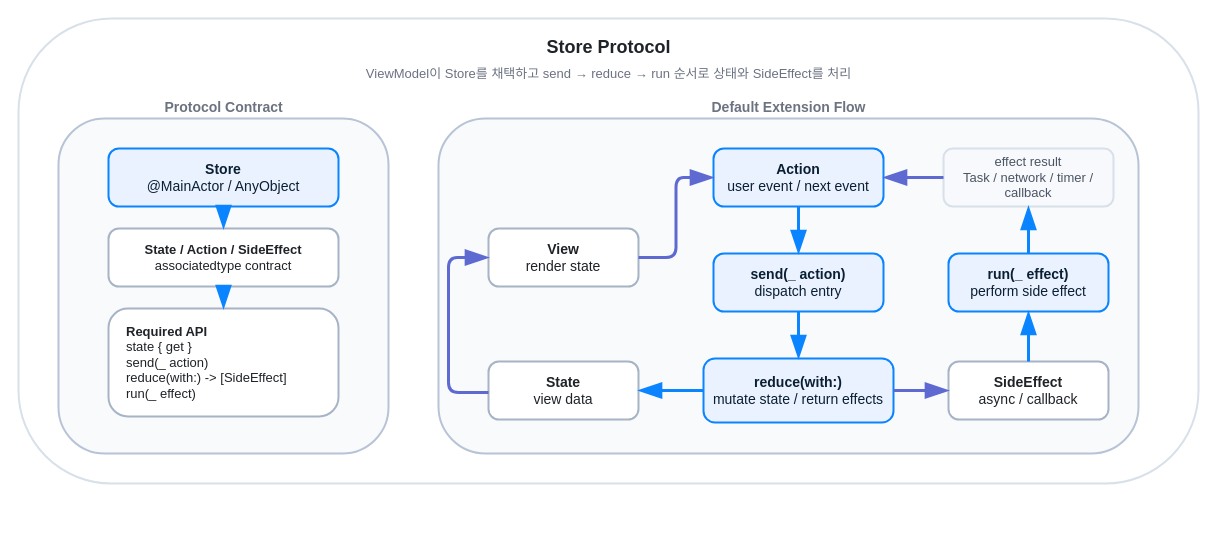
This is page "Store Protocol" (1 of 7) of docs/DevLog.drawio from opficdev/DevLog_iOS, a draw.io file, before an edit. Source tidied: cells renumbered, new cells numbered last; positions are measured from the earlier drawing's top-left corner, leaving out a move shared by most shapes. Both pictures are drawn from the tidied source at 100%, with x=0, y=0 at pixel (18, 18).
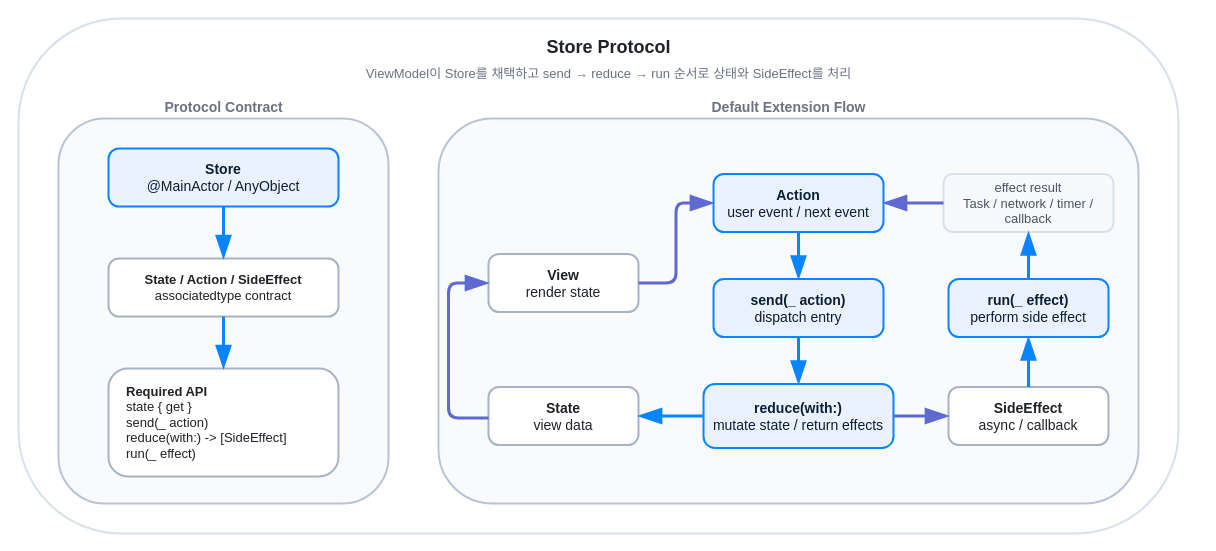
Above is the later version.

The change refers to these unchanged cells:
```xml
<mxCell id="9" value="&lt;b&gt;Store&lt;/b&gt;&lt;br&gt;&lt;span style=&quot;font-weight: normal;&quot;&gt;@MainActor / AnyObject&lt;/span&gt;" style="rounded=1;arcSize=18;whiteSpace=wrap;html=1;fillColor=#EAF2FF;strokeColor=#0A84FF;strokeWidth=2;fontColor=#0B1F33;fontSize=14;align=center;" parent="1" vertex="1">
  <mxGeometry x="90" y="130" width="230" height="58" as="geometry" />
</mxCell>
```

The edit, as a diff of the source:
```diff
@@
     <mxCell id="2" style="rounded=1;arcSize=20;whiteSpace=wrap;html=1;fillColor=#FFFFFF;strokeColor=#D8E0EA;strokeWidth=2;align=center;" parent="1" vertex="1">
-      <mxGeometry width="1180" height="465" as="geometry" />
+      <mxGeometry width="1160" height="515" as="geometry" />
     </mxCell>
@@
     <mxCell id="5" style="rounded=1;arcSize=14;whiteSpace=wrap;html=1;fillColor=#F8FAFC;strokeColor=#B8C4D6;strokeWidth=2;" parent="1" vertex="1">
-      <mxGeometry x="40" y="100" width="330" height="335" as="geometry" />
+      <mxGeometry x="40" y="100" width="330" height="385" as="geometry" />
     </mxCell>
@@
     <mxCell id="7" style="rounded=1;arcSize=14;whiteSpace=wrap;html=1;fillColor=#F8FAFC;strokeColor=#B8C4D6;strokeWidth=2;" parent="1" vertex="1">
-      <mxGeometry x="420" y="100" width="700" height="335" as="geometry" />
+      <mxGeometry x="420" y="100" width="700" height="385" as="geometry" />
     </mxCell>
@@
     <mxCell id="10" value="&lt;b&gt;State / Action / SideEffect&lt;/b&gt;&lt;br&gt;&lt;span style=&quot;font-weight: normal;&quot;&gt;associatedtype contract&lt;/span&gt;" style="rounded=1;arcSize=18;whiteSpace=wrap;html=1;fillColor=#FFFFFF;strokeColor=#A7B4C6;strokeWidth=2;fontColor=#1F2328;fontSize=13;align=center;" parent="1" vertex="1">
-      <mxGeometry x="90" y="210" width="230" height="58" as="geometry" />
+      <mxGeometry x="90" y="240" width="230" height="58" as="geometry" />
     </mxCell>
     <mxCell id="11" value="&lt;b&gt;Required API&lt;/b&gt;&lt;br&gt;&lt;span style=&quot;font-weight: normal;&quot;&gt;state { get }&lt;br&gt;send(_ action)&lt;br&gt;reduce(with:) -&amp;gt; [SideEffect]&lt;br&gt;run(_ effect)&lt;/span&gt;" style="rounded=1;arcSize=18;whiteSpace=wrap;html=1;fillColor=#FFFFFF;strokeColor=#A7B4C6;strokeWidth=2;fontColor=#1F2328;fontSize=13;align=left;spacingLeft=16;" parent="1" vertex="1">
-      <mxGeometry x="90" y="290" width="230" height="108" as="geometry" />
+      <mxGeometry x="90" y="350" width="230" height="108" as="geometry" />
     </mxCell>
+    <mxCell id="20" style="endArrow=blockThin;endFill=1;endSize=16;html=1;rounded=1;strokeColor=#0A84FF;strokeWidth=3;align=center;" parent="1" edge="1" source="9" target="10">
+      <mxGeometry relative="1" as="geometry" />
+    </mxCell>
+    <mxCell id="21" style="endArrow=blockThin;endFill=1;endSize=16;html=1;rounded=1;strokeColor=#0A84FF;strokeWidth=3;align=center;" parent="1" edge="1" source="10" target="11">
+      <mxGeometry relative="1" as="geometry" />
+    </mxCell>
+    <mxCell id="31" style="group;" parent="1" vertex="1">
+      <mxGeometry x="430" y="155.5" width="665" height="274" as="geometry" />
+    </mxCell>
-    <mxCell id="12" value="&lt;b&gt;View&lt;/b&gt;&lt;br&gt;&lt;span style=&quot;font-weight: normal;&quot;&gt;render state&lt;/span&gt;" style="rounded=1;arcSize=18;whiteSpace=wrap;html=1;fillColor=#FFFFFF;strokeColor=#A7B4C6;strokeWidth=2;fontColor=#1F2328;fontSize=14;align=center;" parent="1" vertex="1">
-      <mxGeometry x="470" y="210" width="150" height="58" as="geometry" />
+    <mxCell id="12" value="&lt;b&gt;View&lt;/b&gt;&lt;br&gt;&lt;span style=&quot;font-weight: normal;&quot;&gt;render state&lt;/span&gt;" style="rounded=1;arcSize=18;whiteSpace=wrap;html=1;fillColor=#FFFFFF;strokeColor=#A7B4C6;strokeWidth=2;fontColor=#1F2328;fontSize=14;align=center;" parent="31" vertex="1">
+      <mxGeometry x="40" y="80" width="150" height="58" as="geometry" />
     </mxCell>
-    <mxCell id="13" value="&lt;b&gt;Action&lt;/b&gt;&lt;br&gt;&lt;span style=&quot;font-weight: normal;&quot;&gt;user event / next event&lt;/span&gt;" style="rounded=1;arcSize=18;whiteSpace=wrap;html=1;fillColor=#EAF2FF;strokeColor=#0A84FF;strokeWidth=2;fontColor=#0B1F33;fontSize=14;align=center;" parent="1" vertex="1">
-      <mxGeometry x="695" y="130" width="170" height="58" as="geometry" />
+    <mxCell id="13" value="&lt;b&gt;Action&lt;/b&gt;&lt;br&gt;&lt;span style=&quot;font-weight: normal;&quot;&gt;user event / next event&lt;/span&gt;" style="rounded=1;arcSize=18;whiteSpace=wrap;html=1;fillColor=#EAF2FF;strokeColor=#0A84FF;strokeWidth=2;fontColor=#0B1F33;fontSize=14;align=center;" parent="31" vertex="1">
+      <mxGeometry x="265" width="170" height="58" as="geometry" />
     </mxCell>
-    <mxCell id="14" value="&lt;b&gt;send(_ action)&lt;/b&gt;&lt;br&gt;&lt;span style=&quot;font-weight: normal;&quot;&gt;dispatch entry&lt;/span&gt;" style="rounded=1;arcSize=18;whiteSpace=wrap;html=1;fillColor=#EAF2FF;strokeColor=#0A84FF;strokeWidth=2;fontColor=#0B1F33;fontSize=14;align=center;" parent="1" vertex="1">
-      <mxGeometry x="695" y="235" width="170" height="58" as="geometry" />
+    <mxCell id="14" value="&lt;b&gt;send(_ action)&lt;/b&gt;&lt;br&gt;&lt;span style=&quot;font-weight: normal;&quot;&gt;dispatch entry&lt;/span&gt;" style="rounded=1;arcSize=18;whiteSpace=wrap;html=1;fillColor=#EAF2FF;strokeColor=#0A84FF;strokeWidth=2;fontColor=#0B1F33;fontSize=14;align=center;" parent="31" vertex="1">
+      <mxGeometry x="265" y="105" width="170" height="58" as="geometry" />
     </mxCell>
-    <mxCell id="15" value="&lt;b&gt;reduce(with:)&lt;/b&gt;&lt;br&gt;&lt;span style=&quot;font-weight: normal;&quot;&gt;mutate state / return effects&lt;/span&gt;" style="rounded=1;arcSize=18;whiteSpace=wrap;html=1;fillColor=#EAF2FF;strokeColor=#0A84FF;strokeWidth=2;fontColor=#0B1F33;fontSize=14;align=center;" parent="1" vertex="1">
-      <mxGeometry x="685" y="340" width="190" height="64" as="geometry" />
+    <mxCell id="15" value="&lt;b&gt;reduce(with:)&lt;/b&gt;&lt;br&gt;&lt;span style=&quot;font-weight: normal;&quot;&gt;mutate state / return effects&lt;/span&gt;" style="rounded=1;arcSize=18;whiteSpace=wrap;html=1;fillColor=#EAF2FF;strokeColor=#0A84FF;strokeWidth=2;fontColor=#0B1F33;fontSize=14;align=center;" parent="31" vertex="1">
+      <mxGeometry x="255" y="210" width="190" height="64" as="geometry" />
     </mxCell>
-    <mxCell id="16" value="&lt;b&gt;State&lt;/b&gt;&lt;br&gt;&lt;span style=&quot;font-weight: normal;&quot;&gt;view data&lt;/span&gt;" style="rounded=1;arcSize=18;whiteSpace=wrap;html=1;fillColor=#FFFFFF;strokeColor=#A7B4C6;strokeWidth=2;fontColor=#1F2328;fontSize=14;align=center;" parent="1" vertex="1">
-      <mxGeometry x="470" y="343" width="150" height="58" as="geometry" />
+    <mxCell id="16" value="&lt;b&gt;State&lt;/b&gt;&lt;br&gt;&lt;span style=&quot;font-weight: normal;&quot;&gt;view data&lt;/span&gt;" style="rounded=1;arcSize=18;whiteSpace=wrap;html=1;fillColor=#FFFFFF;strokeColor=#A7B4C6;strokeWidth=2;fontColor=#1F2328;fontSize=14;align=center;" parent="31" vertex="1">
+      <mxGeometry x="40" y="213" width="150" height="58" as="geometry" />
     </mxCell>
-    <mxCell id="17" value="&lt;b&gt;SideEffect&lt;/b&gt;&lt;br&gt;&lt;span style=&quot;font-weight: normal;&quot;&gt;async / callback&lt;/span&gt;" style="rounded=1;arcSize=18;whiteSpace=wrap;html=1;fillColor=#FFFFFF;strokeColor=#A7B4C6;strokeWidth=2;fontColor=#1F2328;fontSize=14;align=center;" parent="1" vertex="1">
-      <mxGeometry x="930" y="343" width="160" height="58" as="geometry" />
+    <mxCell id="17" value="&lt;b&gt;SideEffect&lt;/b&gt;&lt;br&gt;&lt;span style=&quot;font-weight: normal;&quot;&gt;async / callback&lt;/span&gt;" style="rounded=1;arcSize=18;whiteSpace=wrap;html=1;fillColor=#FFFFFF;strokeColor=#A7B4C6;strokeWidth=2;fontColor=#1F2328;fontSize=14;align=center;" parent="31" vertex="1">
+      <mxGeometry x="500" y="213" width="160" height="58" as="geometry" />
     </mxCell>
-    <mxCell id="18" value="&lt;b&gt;run(_ effect)&lt;/b&gt;&lt;br&gt;&lt;span style=&quot;font-weight: normal;&quot;&gt;perform side effect&lt;/span&gt;" style="rounded=1;arcSize=18;whiteSpace=wrap;html=1;fillColor=#EAF2FF;strokeColor=#0A84FF;strokeWidth=2;fontColor=#0B1F33;fontSize=14;align=center;" parent="1" vertex="1">
-      <mxGeometry x="930" y="235" width="160" height="58" as="geometry" />
+    <mxCell id="18" value="&lt;b&gt;run(_ effect)&lt;/b&gt;&lt;br&gt;&lt;span style=&quot;font-weight: normal;&quot;&gt;perform side effect&lt;/span&gt;" style="rounded=1;arcSize=18;whiteSpace=wrap;html=1;fillColor=#EAF2FF;strokeColor=#0A84FF;strokeWidth=2;fontColor=#0B1F33;fontSize=14;align=center;" parent="31" vertex="1">
+      <mxGeometry x="500" y="105" width="160" height="58" as="geometry" />
     </mxCell>
-    <mxCell id="19" value="effect result&lt;br&gt;Task / network / timer / callback" style="rounded=1;arcSize=16;whiteSpace=wrap;html=1;fillColor=#F7F9FC;strokeColor=#D8E0EA;strokeWidth=2;fontColor=#4B5563;fontSize=13;fontStyle=0;align=center;" parent="1" vertex="1">
-      <mxGeometry x="925" y="130" width="170" height="58" as="geometry" />
+    <mxCell id="19" value="effect result&lt;br&gt;Task / network / timer / callback" style="rounded=1;arcSize=16;whiteSpace=wrap;html=1;fillColor=#F7F9FC;strokeColor=#D8E0EA;strokeWidth=2;fontColor=#4B5563;fontSize=13;fontStyle=0;align=center;" parent="31" vertex="1">
+      <mxGeometry x="495" width="170" height="58" as="geometry" />
     </mxCell>
-    <mxCell id="20" style="endArrow=blockThin;endFill=1;endSize=16;html=1;rounded=1;strokeColor=#0A84FF;strokeWidth=3;align=center;" parent="1" edge="1" source="9" target="10">
-      <mxGeometry relative="1" as="geometry" />
-    </mxCell>
-    <mxCell id="21" style="endArrow=blockThin;endFill=1;endSize=16;html=1;rounded=1;strokeColor=#0A84FF;strokeWidth=3;align=center;" parent="1" edge="1" source="10" target="11">
-      <mxGeometry relative="1" as="geometry" />
-    </mxCell>
-    <mxCell id="22" style="endArrow=blockThin;endFill=1;endSize=16;html=1;rounded=1;strokeColor=#5E6AD2;strokeWidth=3;align=center;edgeStyle=orthogonalEdgeStyle;entryX=0;entryY=0.5;entryDx=0;entryDy=0;" parent="1" edge="1" source="12" target="13">
+    <mxCell id="22" style="endArrow=blockThin;endFill=1;endSize=16;html=1;rounded=1;strokeColor=#5E6AD2;strokeWidth=3;align=center;edgeStyle=orthogonalEdgeStyle;entryX=0;entryY=0.5;entryDx=0;entryDy=0;" parent="31" edge="1" source="12" target="13">
       <mxGeometry relative="1" as="geometry" />
     </mxCell>
-    <mxCell id="23" style="endArrow=blockThin;endFill=1;endSize=16;html=1;rounded=1;strokeColor=#0A84FF;strokeWidth=3;align=center;" parent="1" edge="1" source="13" target="14">
+    <mxCell id="23" style="endArrow=blockThin;endFill=1;endSize=16;html=1;rounded=1;strokeColor=#0A84FF;strokeWidth=3;align=center;" parent="31" edge="1" source="13" target="14">
       <mxGeometry relative="1" as="geometry" />
     </mxCell>
-    <mxCell id="24" style="endArrow=blockThin;endFill=1;endSize=16;html=1;rounded=1;strokeColor=#0A84FF;strokeWidth=3;align=center;" parent="1" edge="1" source="14" target="15">
+    <mxCell id="24" style="endArrow=blockThin;endFill=1;endSize=16;html=1;rounded=1;strokeColor=#0A84FF;strokeWidth=3;align=center;" parent="31" edge="1" source="14" target="15">
       <mxGeometry relative="1" as="geometry" />
     </mxCell>
-    <mxCell id="25" style="endArrow=blockThin;endFill=1;endSize=16;html=1;rounded=1;strokeColor=#0A84FF;strokeWidth=3;align=center;edgeStyle=orthogonalEdgeStyle;" parent="1" edge="1" source="15" target="16">
+    <mxCell id="25" style="endArrow=blockThin;endFill=1;endSize=16;html=1;rounded=1;strokeColor=#0A84FF;strokeWidth=3;align=center;edgeStyle=orthogonalEdgeStyle;" parent="31" edge="1" source="15" target="16">
       <mxGeometry relative="1" as="geometry" />
     </mxCell>
-    <mxCell id="26" style="endArrow=blockThin;endFill=1;endSize=16;html=1;rounded=1;strokeColor=#5E6AD2;strokeWidth=3;align=center;edgeStyle=orthogonalEdgeStyle;" parent="1" edge="1" source="16" target="12">
+    <mxCell id="26" style="endArrow=blockThin;endFill=1;endSize=16;html=1;rounded=1;strokeColor=#5E6AD2;strokeWidth=3;align=center;edgeStyle=orthogonalEdgeStyle;" parent="31" edge="1" source="16" target="12">
       <mxGeometry relative="1" as="geometry">
         <Array as="points">
-          <mxPoint x="430" y="374" />
-          <mxPoint x="430" y="239" />
+          <mxPoint y="244" />
+          <mxPoint y="109" />
         </Array>
       </mxGeometry>
     </mxCell>
-    <mxCell id="27" style="endArrow=blockThin;endFill=1;endSize=16;html=1;rounded=1;strokeColor=#5E6AD2;strokeWidth=3;align=center;" parent="1" edge="1" source="15" target="17">
+    <mxCell id="27" style="endArrow=blockThin;endFill=1;endSize=16;html=1;rounded=1;strokeColor=#5E6AD2;strokeWidth=3;align=center;" parent="31" edge="1" source="15" target="17">
       <mxGeometry relative="1" as="geometry" />
     </mxCell>
-    <mxCell id="28" style="endArrow=blockThin;endFill=1;endSize=16;html=1;rounded=1;strokeColor=#0A84FF;strokeWidth=3;align=center;" parent="1" edge="1" source="17" target="18">
+    <mxCell id="28" style="endArrow=blockThin;endFill=1;endSize=16;html=1;rounded=1;strokeColor=#0A84FF;strokeWidth=3;align=center;" parent="31" edge="1" source="17" target="18">
       <mxGeometry relative="1" as="geometry" />
     </mxCell>
-    <mxCell id="29" style="endArrow=blockThin;endFill=1;endSize=16;html=1;rounded=1;strokeColor=#0A84FF;strokeWidth=3;align=center;" parent="1" edge="1" source="18" target="19">
+    <mxCell id="29" style="endArrow=blockThin;endFill=1;endSize=16;html=1;rounded=1;strokeColor=#0A84FF;strokeWidth=3;align=center;" parent="31" edge="1" source="18" target="19">
       <mxGeometry relative="1" as="geometry" />
     </mxCell>
-    <mxCell id="30" style="endArrow=blockThin;endFill=1;endSize=16;html=1;rounded=1;strokeColor=#5E6AD2;strokeWidth=3;align=center;edgeStyle=orthogonalEdgeStyle;" parent="1" edge="1" source="19" target="13">
+    <mxCell id="30" style="endArrow=blockThin;endFill=1;endSize=16;html=1;rounded=1;strokeColor=#5E6AD2;strokeWidth=3;align=center;edgeStyle=orthogonalEdgeStyle;" parent="31" edge="1" source="19" target="13">
       <mxGeometry relative="1" as="geometry" />
     </mxCell>
```
